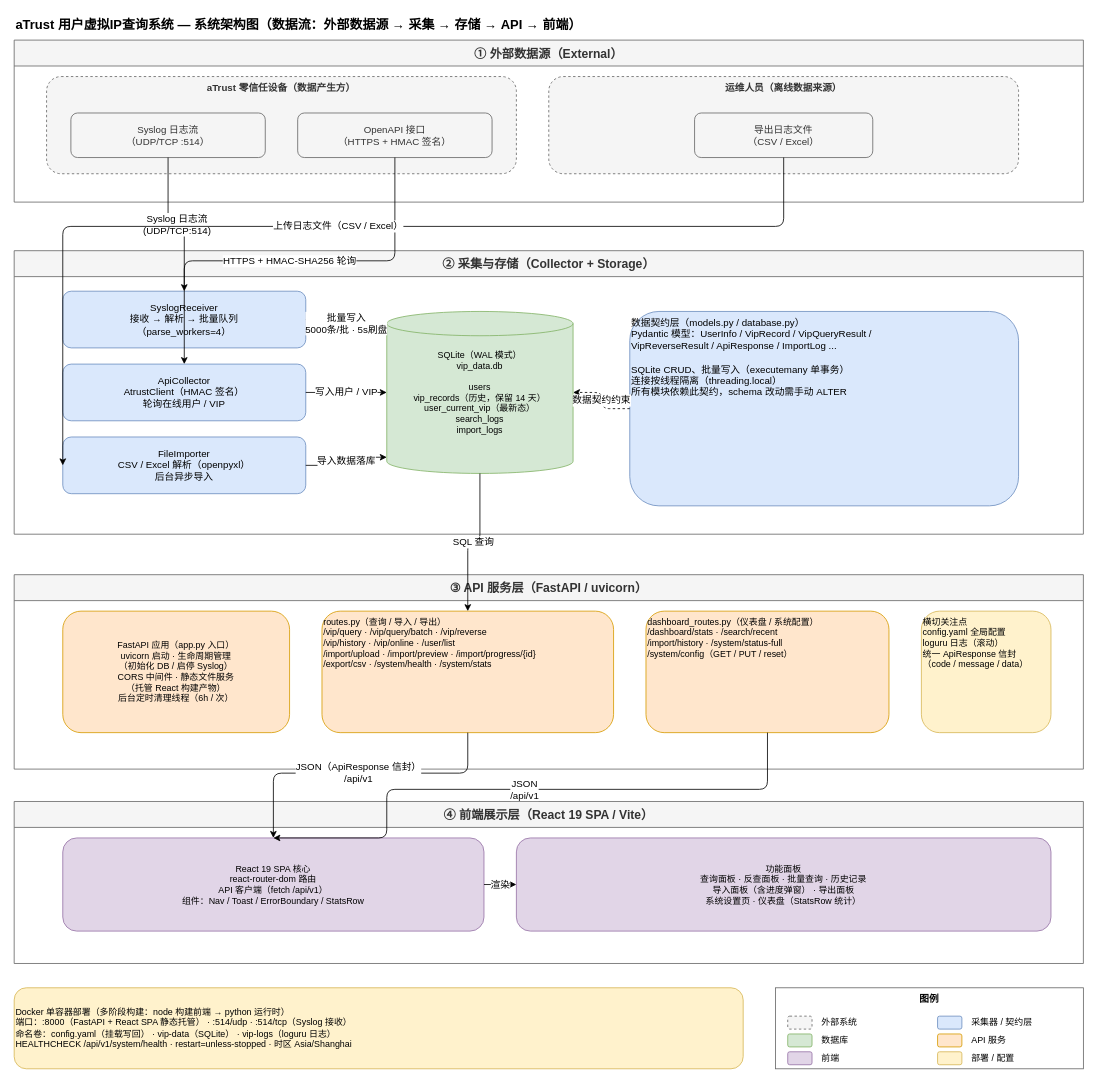
Above: docs/atrust-vip-architecture.drawio in skillre/atrust-vip-query (draw.io), before the change. Source tidied: cells renumbered, new cells numbered last; positions are measured from the earlier drawing's top-left corner, leaving out a move shared by most shapes. Both pictures are drawn from the tidied source at 81%, with x=0, y=0 at pixel (14, 14).
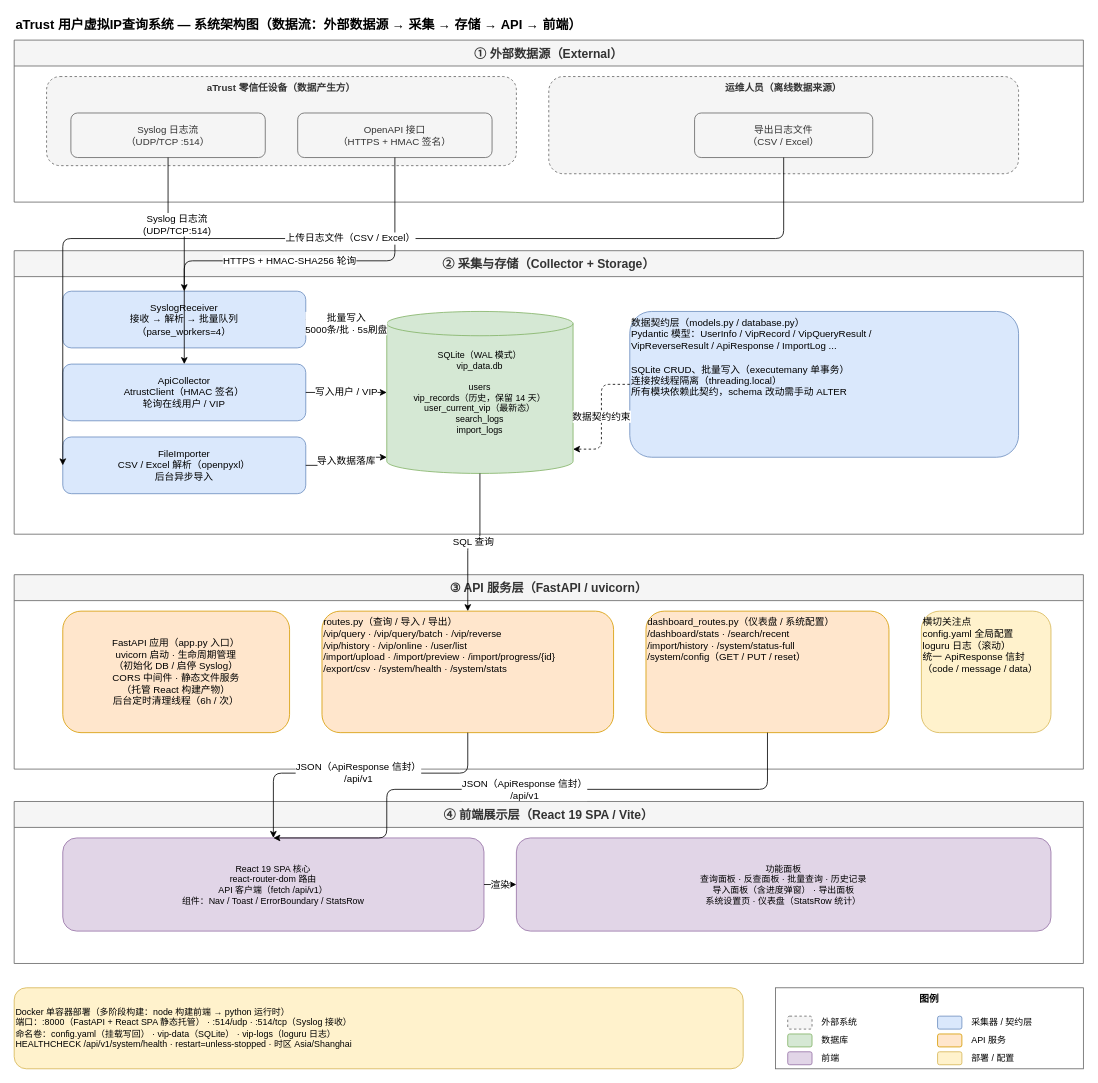
After the change.

Commit message:
docs: 架构图按 2 轮 subagent 视觉评审优化定稿（契约层高度/API层字号/连线路由/标签统一）

The change refers to these unchanged cells:
```xml
<mxCell id="3" value="① 外部数据源（External）" style="swimlane;startSize=32;fillColor=#f5f5f5;strokeColor=#666666;whiteSpace=wrap;html=1;fontStyle=1;fontSize=15;fontColor=#333333;" parent="1" vertex="1">
  <mxGeometry y="32" width="1320" height="200" as="geometry" />
</mxCell>
<mxCell id="8" value="导出日志文件&#10;（CSV / Excel）" style="rounded=1;whiteSpace=wrap;html=1;fillColor=#f5f5f5;strokeColor=#666666;fontColor=#333333;" parent="7" vertex="1">
  <mxGeometry x="180" y="45" width="220" height="55" as="geometry" />
</mxCell>
<mxCell id="9" value="② 采集与存储（Collector + Storage）" style="swimlane;startSize=32;fillColor=#f5f5f5;strokeColor=#666666;whiteSpace=wrap;html=1;fontStyle=1;fontSize=15;fontColor=#333333;" parent="1" vertex="1">
  <mxGeometry y="292" width="1320" height="350" as="geometry" />
</mxCell>
<mxCell id="12" value="FileImporter&#10;CSV / Excel 解析（openpyxl）&#10;后台异步导入" style="rounded=1;whiteSpace=wrap;html=1;fillColor=#dae8fc;strokeColor=#6c8ebf;fontSize=12;" parent="9" vertex="1">
  <mxGeometry x="60" y="230" width="300" height="70" as="geometry" />
</mxCell>
<mxCell id="13" value="SQLite（WAL 模式）&#10;vip_data.db&#10;&#10;users&#10;vip_records（历史，保留 14 天）&#10;user_current_vip（最新态）&#10;search_logs&#10;import_logs" style="shape=cylinder3;whiteSpace=wrap;html=1;fillColor=#d5e8d4;strokeColor=#82b366;fontSize=11;" parent="9" vertex="1">
  <mxGeometry x="460" y="75" width="230" height="200" as="geometry" />
</mxCell>
<mxCell id="15" value="③ API 服务层（FastAPI / uvicorn）" style="swimlane;startSize=32;fillColor=#f5f5f5;strokeColor=#666666;whiteSpace=wrap;html=1;fontStyle=1;fontSize=15;fontColor=#333333;" parent="1" vertex="1">
  <mxGeometry y="692" width="1320" height="240" as="geometry" />
</mxCell>
<mxCell id="21" value="React 19 SPA 核心&#10;react-router-dom 路由&#10;API 客户端（fetch /api/v1）&#10;组件：Nav / Toast / ErrorBoundary / StatsRow" style="rounded=1;whiteSpace=wrap;html=1;fillColor=#e1d5e7;strokeColor=#9673a6;fontSize=11;" parent="20" vertex="1">
  <mxGeometry x="60" y="45" width="520" height="115" as="geometry" />
</mxCell>
```

Diff of the diagram source:
```diff
@@
     <mxCell id="4" value="aTrust 零信任设备（数据产生方）" style="rounded=1;dashed=1;fillColor=#f5f5f5;strokeColor=#666666;whiteSpace=wrap;html=1;verticalAlign=top;fontStyle=1;fontColor=#333333;" parent="3" vertex="1">
-      <mxGeometry x="40" y="45" width="580" height="120" as="geometry" />
+      <mxGeometry x="40" y="45" width="580" height="110" as="geometry" />
     </mxCell>
@@
     <mxCell id="14" value="数据契约层（models.py / database.py）&#10;Pydantic 模型：UserInfo / VipRecord / VipQueryResult /&#10;VipReverseResult / ApiResponse / ImportLog ...&#10;&#10;SQLite CRUD、批量写入（executemany 单事务）&#10;连接按线程隔离（threading.local）&#10;所有模块依赖此契约，schema 改动需手动 ALTER" style="rounded=1;whiteSpace=wrap;html=1;fillColor=#dae8fc;strokeColor=#6c8ebf;align=left;verticalAlign=top;fontSize=12;" parent="9" vertex="1">
-      <mxGeometry x="760" y="75" width="480" height="240" as="geometry" />
+      <mxGeometry x="760" y="75" width="480" height="180" as="geometry" />
     </mxCell>
@@
-    <mxCell id="16" value="FastAPI 应用（app.py 入口）&#10;uvicorn 启动 · 生命周期管理&#10;（初始化 DB / 启停 Syslog）&#10;CORS 中间件 · 静态文件服务&#10;（托管 React 构建产物）&#10;后台定时清理线程（6h / 次）" style="rounded=1;whiteSpace=wrap;html=1;fillColor=#ffe6cc;strokeColor=#d79b00;fontSize=11;" parent="15" vertex="1">
+    <mxCell id="16" value="FastAPI 应用（app.py 入口）&#10;uvicorn 启动 · 生命周期管理&#10;（初始化 DB / 启停 Syslog）&#10;CORS 中间件 · 静态文件服务&#10;（托管 React 构建产物）&#10;后台定时清理线程（6h / 次）" style="rounded=1;whiteSpace=wrap;html=1;fillColor=#ffe6cc;strokeColor=#d79b00;fontSize=12;" parent="15" vertex="1">
       <mxGeometry x="60" y="45" width="280" height="150" as="geometry" />
     </mxCell>
-    <mxCell id="17" value="routes.py（查询 / 导入 / 导出）&#10;/vip/query · /vip/query/batch · /vip/reverse&#10;/vip/history · /vip/online · /user/list&#10;/import/upload · /import/preview · /import/progress/{id}&#10;/export/csv · /system/health · /system/stats" style="rounded=1;whiteSpace=wrap;html=1;fillColor=#ffe6cc;strokeColor=#d79b00;align=left;verticalAlign=top;fontSize=11;" parent="15" vertex="1">
+    <mxCell id="17" value="routes.py（查询 / 导入 / 导出）&#10;/vip/query · /vip/query/batch · /vip/reverse&#10;/vip/history · /vip/online · /user/list&#10;/import/upload · /import/preview · /import/progress/{id}&#10;/export/csv · /system/health · /system/stats" style="rounded=1;whiteSpace=wrap;html=1;fillColor=#ffe6cc;strokeColor=#d79b00;align=left;verticalAlign=top;fontSize=12;" parent="15" vertex="1">
       <mxGeometry x="380" y="45" width="360" height="150" as="geometry" />
     </mxCell>
-    <mxCell id="18" value="dashboard_routes.py（仪表盘 / 系统配置）&#10;/dashboard/stats · /search/recent&#10;/import/history · /system/status-full&#10;/system/config（GET / PUT / reset）" style="rounded=1;whiteSpace=wrap;html=1;fillColor=#ffe6cc;strokeColor=#d79b00;align=left;verticalAlign=top;fontSize=11;" parent="15" vertex="1">
+    <mxCell id="18" value="dashboard_routes.py（仪表盘 / 系统配置）&#10;/dashboard/stats · /search/recent&#10;/import/history · /system/status-full&#10;/system/config（GET / PUT / reset）" style="rounded=1;whiteSpace=wrap;html=1;fillColor=#ffe6cc;strokeColor=#d79b00;align=left;verticalAlign=top;fontSize=12;" parent="15" vertex="1">
       <mxGeometry x="780" y="45" width="300" height="150" as="geometry" />
     </mxCell>
-    <mxCell id="19" value="横切关注点&#10;config.yaml 全局配置&#10;loguru 日志（滚动）&#10;统一 ApiResponse 信封&#10;（code / message / data）" style="rounded=1;whiteSpace=wrap;html=1;fillColor=#fff2cc;strokeColor=#d6b656;align=left;verticalAlign=top;fontSize=11;" parent="15" vertex="1">
+    <mxCell id="19" value="横切关注点&#10;config.yaml 全局配置&#10;loguru 日志（滚动）&#10;统一 ApiResponse 信封&#10;（code / message / data）" style="rounded=1;whiteSpace=wrap;html=1;fillColor=#fff2cc;strokeColor=#d6b656;align=left;verticalAlign=top;fontSize=12;" parent="15" vertex="1">
       <mxGeometry x="1120" y="45" width="160" height="150" as="geometry" />
     </mxCell>
@@
     <mxCell id="39" value="上传日志文件（CSV / Excel）" style="edgeStyle=orthogonalEdgeStyle;rounded=1;jettySize=auto;html=1;fontSize=12;labelBackgroundColor=#ffffff;exitX=0.5;exitY=1;exitDx=0;exitDy=0;entryX=0;entryY=0.5;entryDx=0;entryDy=0;" parent="1" edge="1" source="8" target="12">
       <mxGeometry relative="1" as="geometry">
         <Array as="points">
-          <mxPoint x="950" y="262" />
-          <mxPoint x="60" y="262" />
+          <mxPoint x="950" y="277" />
+          <mxPoint x="60" y="277" />
         </Array>
       </mxGeometry>
     </mxCell>
@@
-    <mxCell id="43" value="数据契约约束" style="edgeStyle=orthogonalEdgeStyle;rounded=1;jettySize=auto;html=1;fontSize=12;labelBackgroundColor=#ffffff;dashed=1;exitX=0;exitY=0.5;exitDx=0;exitDy=0;entryX=1;entryY=0.5;entryDx=0;entryDy=0;" parent="1" edge="1" source="14" target="13">
+    <mxCell id="43" value="数据契约约束" style="edgeStyle=orthogonalEdgeStyle;rounded=1;jettySize=auto;html=1;fontSize=12;labelBackgroundColor=#ffffff;dashed=1;exitX=0;exitY=0.5;exitDx=0;exitDy=0;entryX=1;entryY=0.85;entryDx=0;entryDy=0;" parent="1" edge="1" source="14" target="13">
       <mxGeometry relative="1" as="geometry" />
     </mxCell>
     <mxCell id="44" value="SQL 查询" style="edgeStyle=orthogonalEdgeStyle;rounded=1;jettySize=auto;html=1;fontSize=12;labelBackgroundColor=#ffffff;exitX=0.5;exitY=1;exitDx=0;exitDy=0;entryX=0.5;entryY=0;entryDx=0;entryDy=0;" parent="1" edge="1" source="13" target="17">
-      <mxGeometry relative="1" as="geometry" />
+      <mxGeometry relative="1" as="geometry">
+        <Array as="points">
+          <mxPoint x="575" y="652" />
+          <mxPoint x="560" y="652" />
+        </Array>
+      </mxGeometry>
     </mxCell>
@@
-    <mxCell id="46" value="JSON&#10;/api/v1" style="edgeStyle=orthogonalEdgeStyle;rounded=1;jettySize=auto;html=1;fontSize=12;labelBackgroundColor=#ffffff;exitX=0.5;exitY=1;exitDx=0;exitDy=0;entryX=0.5;entryY=0;entryDx=0;entryDy=0;" parent="1" edge="1" source="18" target="21">
+    <mxCell id="46" value="JSON（ApiResponse 信封）&#10;/api/v1" style="edgeStyle=orthogonalEdgeStyle;rounded=1;jettySize=auto;html=1;fontSize=12;labelBackgroundColor=#ffffff;exitX=0.5;exitY=1;exitDx=0;exitDy=0;entryX=0.5;entryY=0;entryDx=0;entryDy=0;" parent="1" edge="1" source="18" target="21">
       <mxGeometry relative="1" as="geometry">
         <Array as="points">
           <mxPoint x="930" y="957" />
           <mxPoint x="460" y="957" />
         </Array>
       </mxGeometry>
     </mxCell>
```
